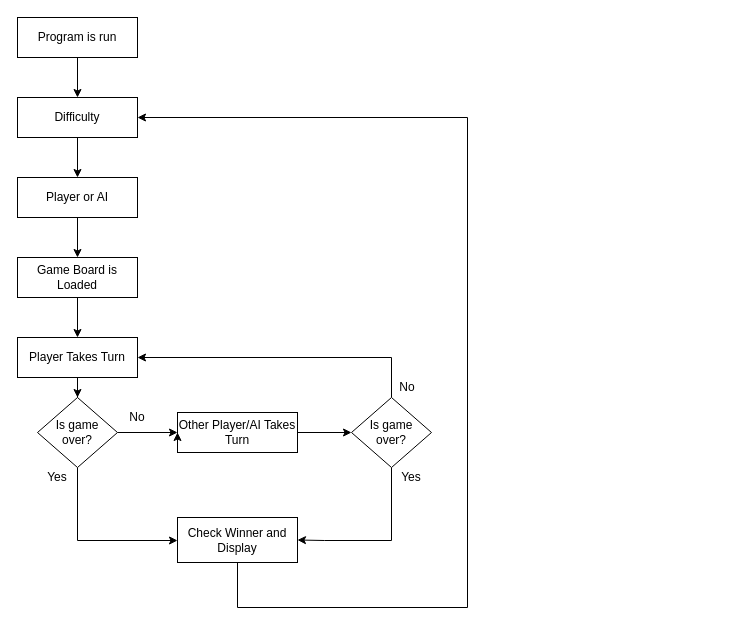
EShrestha/PSE-GameOfNim keeps this draw.io diagram as PSE-Flowchart.drawio. Above is the earlier version. Source tidied: cells renumbered, new cells numbered last; positions are measured from the earlier drawing's top-left corner, leaving out a move shared by most shapes. Both pictures are drawn from the tidied source at 100%, with x=0, y=0 at pixel (17, 17).
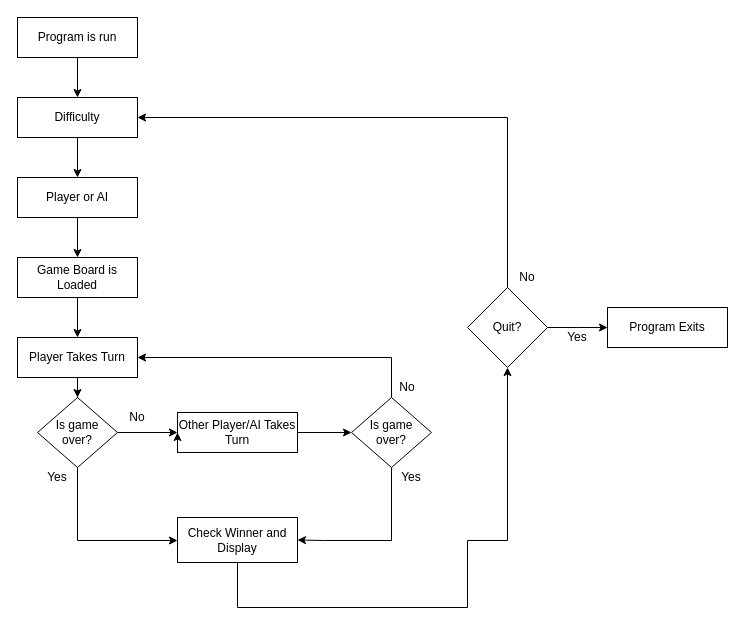
After the change.

The change refers to these unchanged cells:
```xml
<mxCell id="7" value="Difficulty" style="rounded=0;whiteSpace=wrap;html=1;" parent="1" vertex="1">
  <mxGeometry y="80" width="120" height="40" as="geometry" />
</mxCell>
<mxCell id="19" value="Check Winner and Display" style="rounded=0;whiteSpace=wrap;html=1;" parent="1" vertex="1">
  <mxGeometry x="160" y="500" width="120" height="45" as="geometry" />
</mxCell>
```

What changed in the source:
```diff
@@
-    <mxCell id="18" style="edgeStyle=orthogonalEdgeStyle;rounded=0;jettySize=auto;html=1;entryX=1;entryY=0.5;entryDx=0;entryDy=0;exitX=0.5;exitY=1;exitDx=0;exitDy=0;" parent="1" edge="1" source="19" target="7">
+    <mxCell id="18" style="edgeStyle=orthogonalEdgeStyle;rounded=0;jettySize=auto;html=1;exitX=0.5;exitY=1;exitDx=0;exitDy=0;entryX=0.5;entryY=1;entryDx=0;entryDy=0;" parent="1" edge="1" source="19" target="29">
       <mxGeometry relative="1" as="geometry">
         <Array as="points">
           <mxPoint x="220" y="590" />
           <mxPoint x="450" y="590" />
-          <mxPoint x="450" y="100" />
+          <mxPoint x="450" y="523" />
+          <mxPoint x="490" y="523" />
         </Array>
       </mxGeometry>
     </mxCell>
@@
+    <mxCell id="27" style="edgeStyle=orthogonalEdgeStyle;rounded=0;jettySize=auto;html=1;entryX=1;entryY=0.5;entryDx=0;entryDy=0;" parent="1" edge="1" source="29" target="7">
+      <mxGeometry relative="1" as="geometry">
+        <Array as="points">
+          <mxPoint x="490" y="100" />
+        </Array>
+      </mxGeometry>
+    </mxCell>
+    <mxCell id="28" style="edgeStyle=orthogonalEdgeStyle;rounded=0;jettySize=auto;html=1;" parent="1" edge="1" source="29">
+      <mxGeometry relative="1" as="geometry">
+        <mxPoint x="590" y="310" as="targetPoint" />
+      </mxGeometry>
+    </mxCell>
+    <mxCell id="29" value="Quit?" style="rhombus;whiteSpace=wrap;html=1;" parent="1" vertex="1">
+      <mxGeometry x="450" y="270" width="80" height="80" as="geometry" />
+    </mxCell>
+    <mxCell id="30" value="Program Exits" style="rounded=0;whiteSpace=wrap;html=1;" parent="1" vertex="1">
+      <mxGeometry x="590" y="290" width="120" height="40" as="geometry" />
+    </mxCell>
+    <mxCell id="31" value="No" style="text;html=1;strokeColor=none;fillColor=none;align=center;verticalAlign=middle;whiteSpace=wrap;rounded=0;" parent="1" vertex="1">
+      <mxGeometry x="490" y="250" width="40" height="20" as="geometry" />
+    </mxCell>
+    <mxCell id="32" value="Yes" style="text;html=1;strokeColor=none;fillColor=none;align=center;verticalAlign=middle;whiteSpace=wrap;rounded=0;" parent="1" vertex="1">
+      <mxGeometry x="540" y="310" width="40" height="20" as="geometry" />
+    </mxCell>
```
